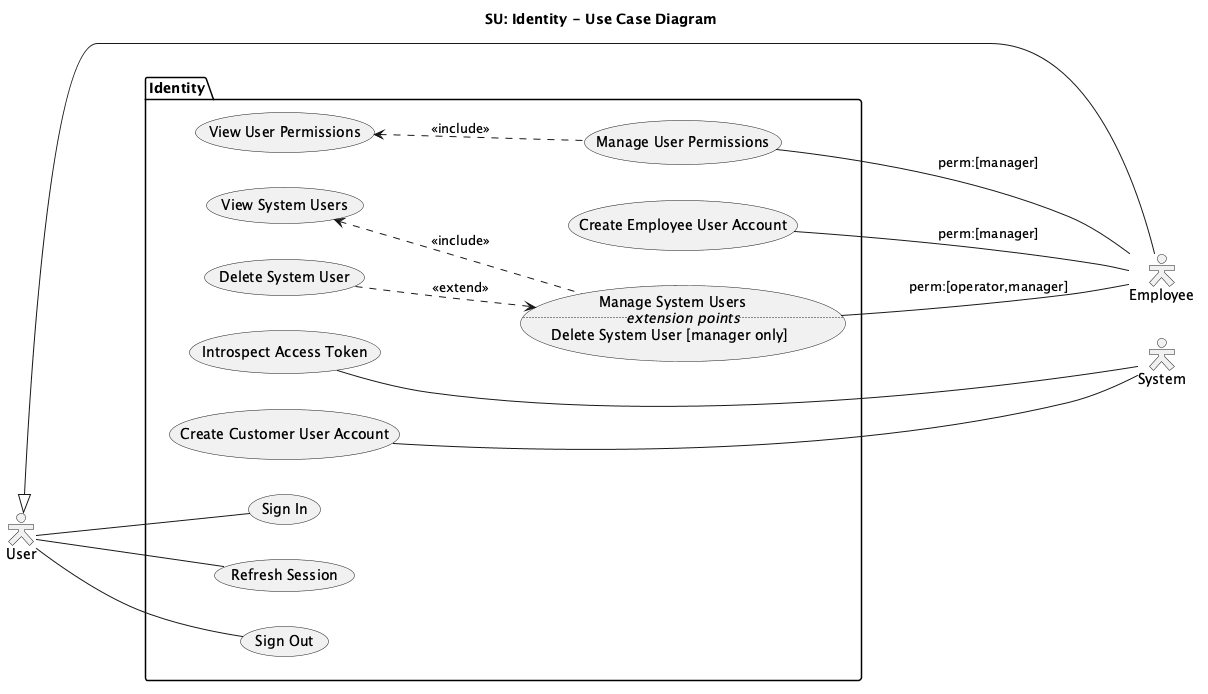
Before: docs/diagrams/exports/use-case-identity.png, a diagram exported from PlantUML (draganovik/matterway).
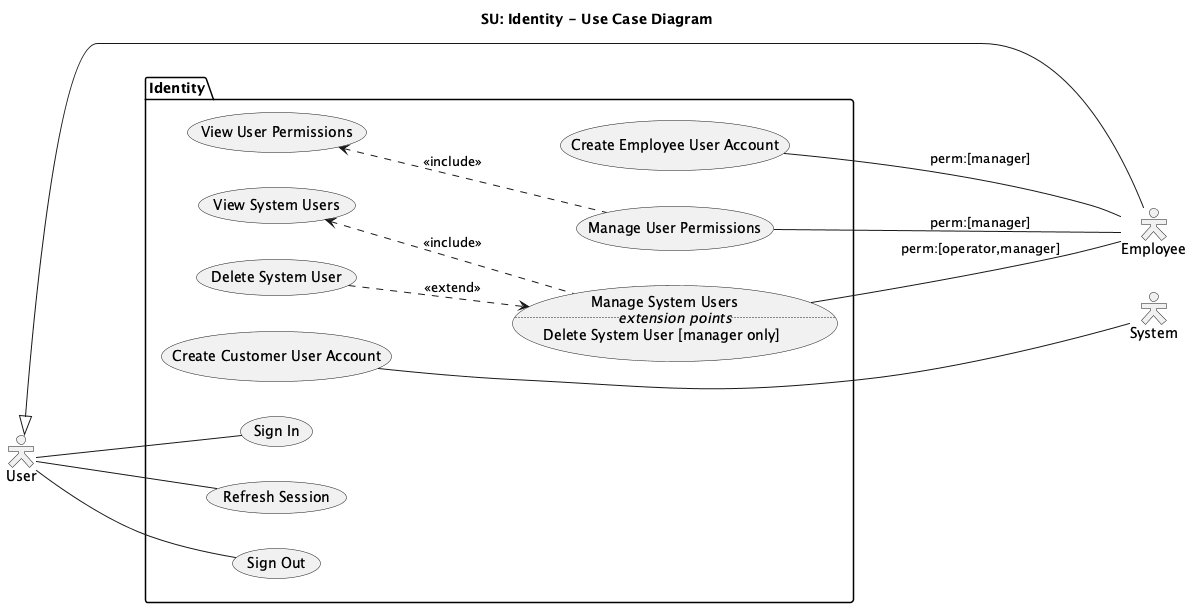
The same diagram one commit later.

What changed in the source:
```diff
@@ -32,10 +32,7 @@
     usecase createEmployeeAccount as "Create Employee User Account"
   }
 
-  together {
-    usecase createCustomerAccount as "Create Customer User Account"
-    usecase introspectAccessToken as "Introspect Access Token"
-  }
+  usecase createCustomerAccount as "Create Customer User Account"
 
   manageUserPermissions .u.> viewUserPermissions : <<include>>
   manageSystemUsers .u.> viewSystemUsers : <<include>>
@@ -51,6 +48,5 @@
 manageUserPermissions --- empl : perm:[manager]
 createEmployeeAccount --- empl : perm:[manager]
 
-introspectAccessToken --- sysm
 createCustomerAccount --- sysm
 @enduml
```
